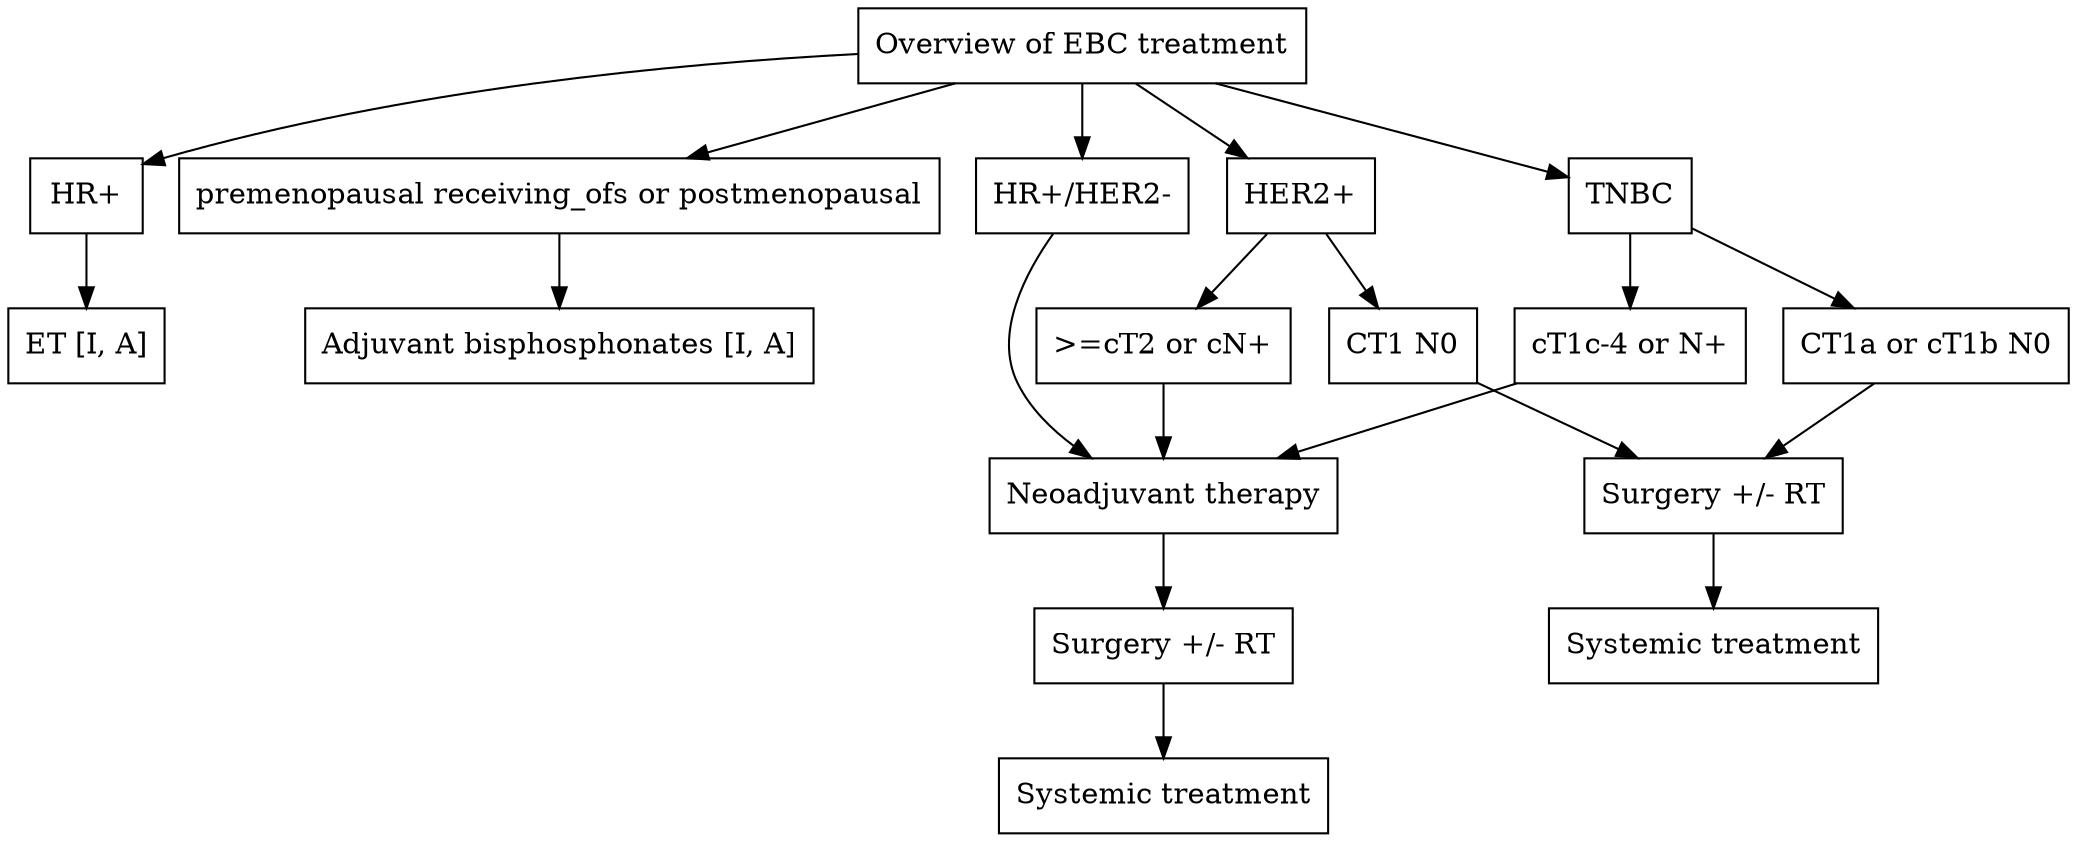
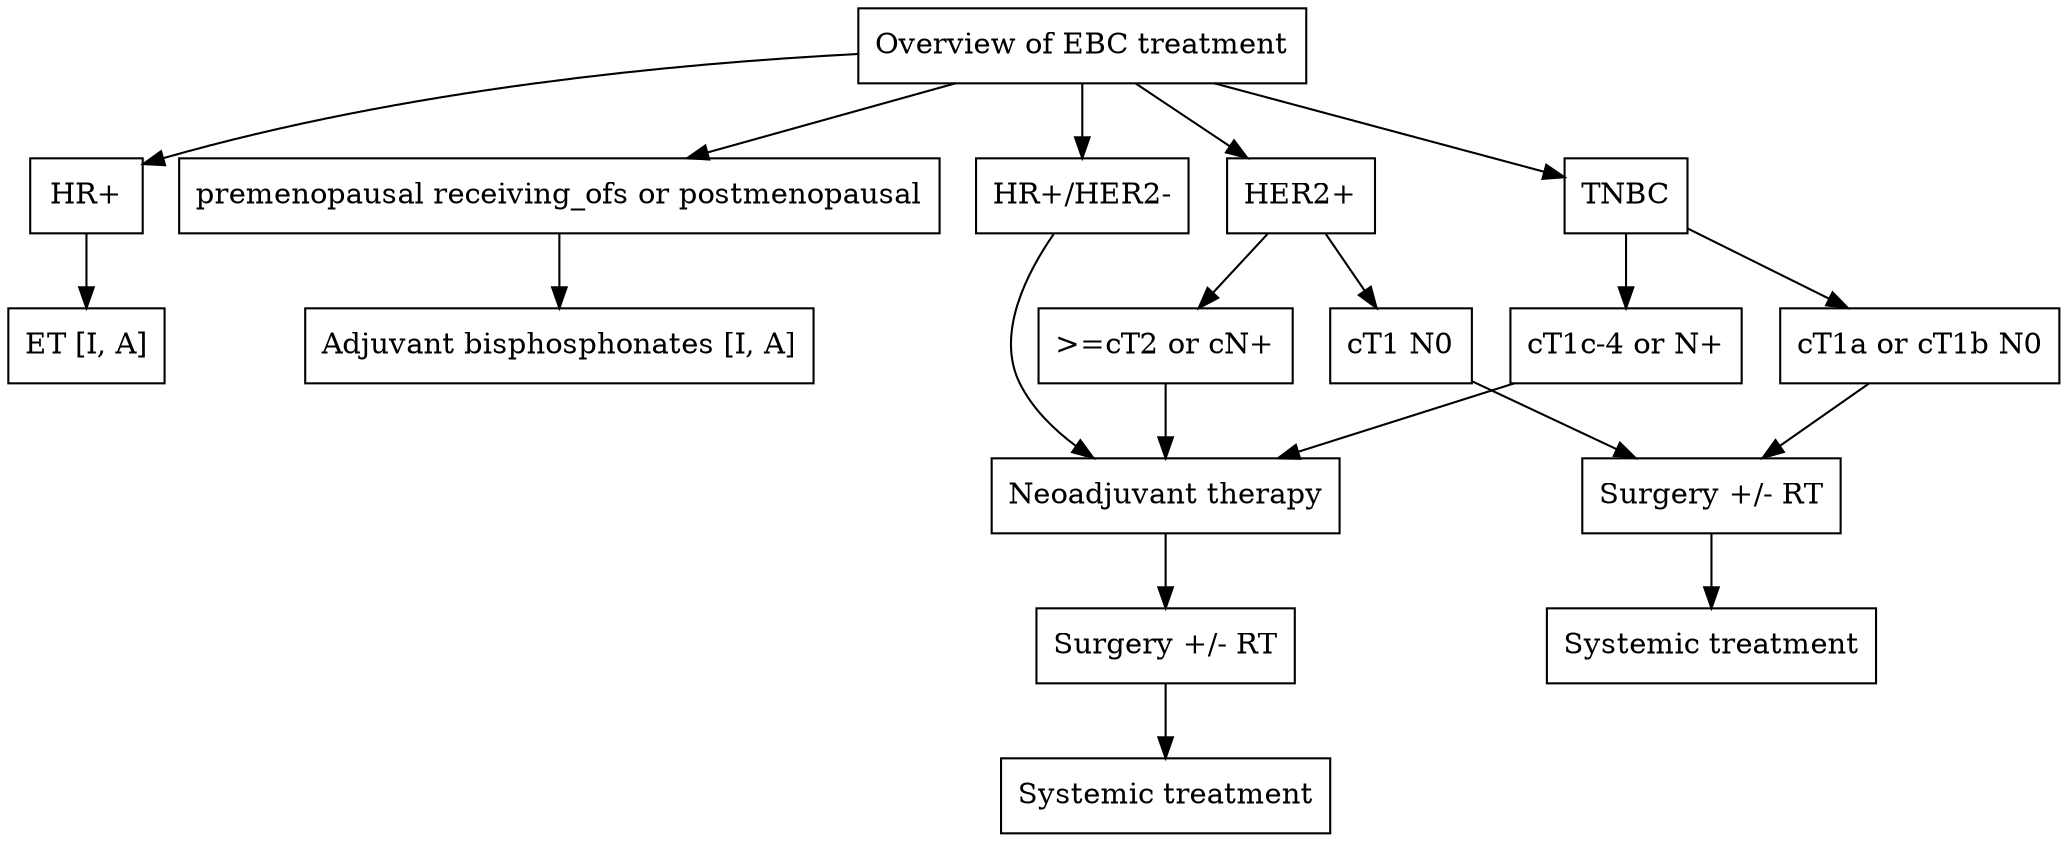
digraph G {
  rankdir=TB;

  r  [label="Overview of EBC treatment", shape=box];

  a1 [label="HR+", shape=box];
  t1 [label="ET [I, A]", shape=box];

  a2 [label="premenopausal receiving_ofs or postmenopausal", shape=box];
  t2 [label="Adjuvant bisphosphonates [I, A]", shape=box];

  a3 [label="HR+/HER2-", shape=box];

  t3 [label="Neoadjuvant therapy", shape=box];
  t4 [label="Surgery +/- RT", shape=box];
  t5 [label="Systemic treatment", shape=box];

  t6 [label="Surgery +/- RT", shape=box];
  t7 [label="Systemic treatment", shape=box];

  a4 [label="HER2+", shape=box];

-   b1 [label="CT1 N0", shape=box];
+   b1 [label="cT1 N0", shape=box];
  b2 [label=">=cT2 or cN+", shape=box];

  a5 [label="TNBC", shape=box];

-   b3 [label="CT1a or cT1b N0", shape=box];
+   b3 [label="cT1a or cT1b N0", shape=box];
  b4 [label="cT1c-4 or N+", shape=box];

  r -> a1;
  r -> a2;
  r -> a3;
  r -> a4;
  r -> a5;

  a1 -> t1;
  a2 -> t2;

  a3 -> t3;
  t3 -> t4;
  t4 -> t5;

  a4 -> b1;
  a4 -> b2;

  b1 -> t6;
  t6 -> t7;

  b2 -> t3;

  a5 -> b3;
  a5 -> b4;

  b3 -> t6;
  b4 -> t3;
}
